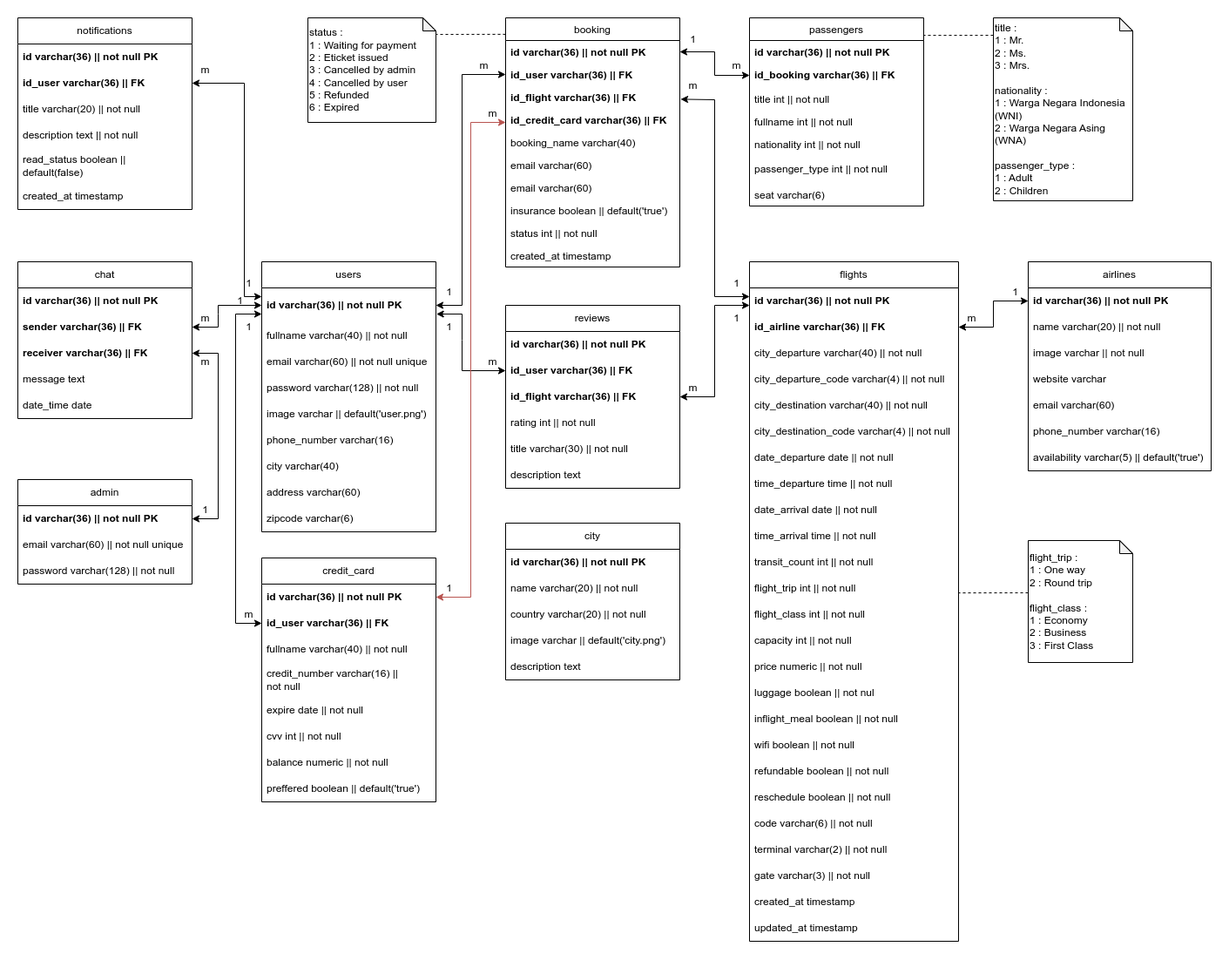
Earlier version of the draw.io export docs/ankasa-database-diagram.drawio.png (hosealeonardo18/ankasa-backend). Source tidied: cells renumbered, new cells last; positions are measured from the earlier drawing's top-left corner, leaving out a move shared by most shapes.
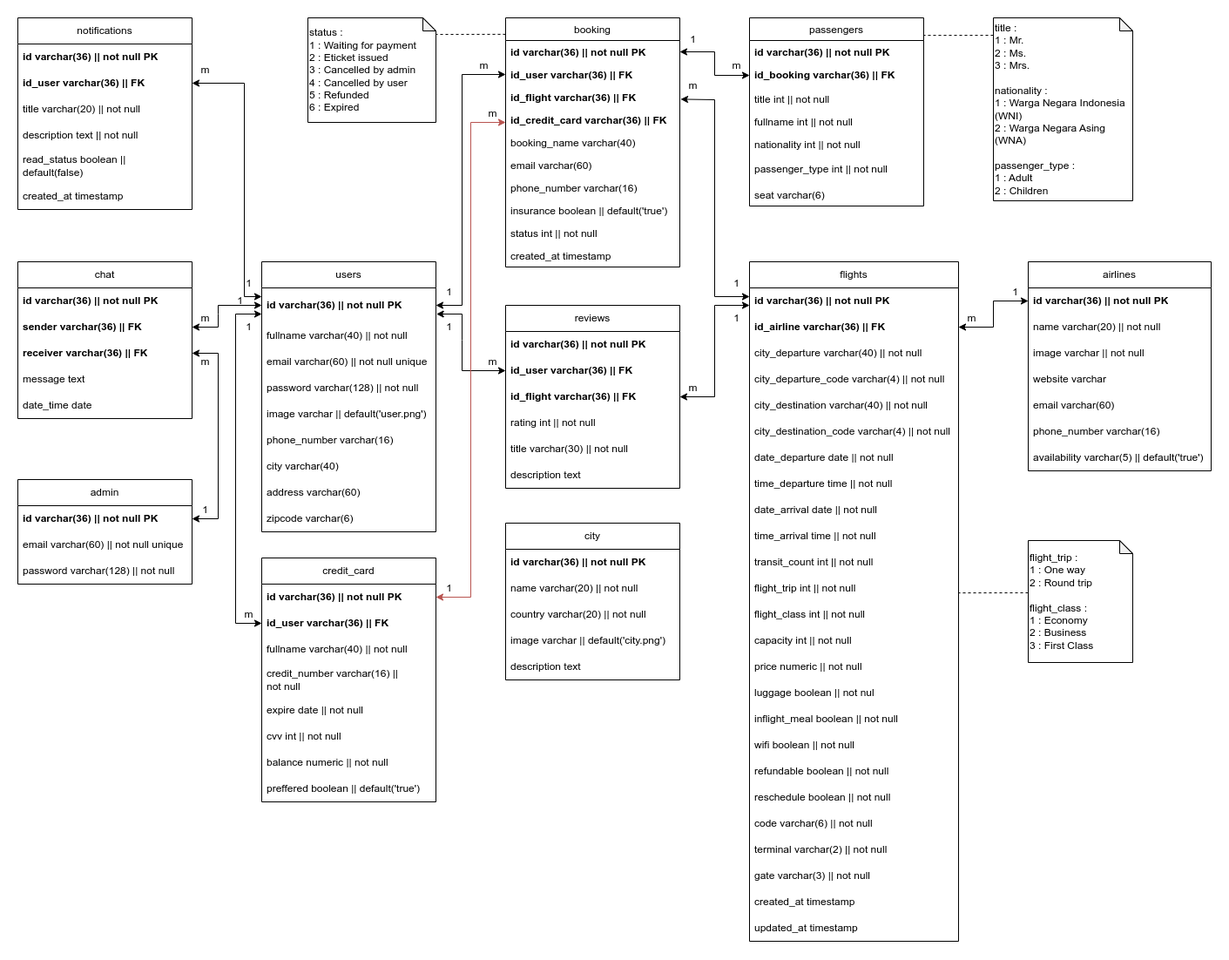
Later version of the same file.

What changed in the source:
```diff
@@ -23,7 +23,7 @@
     <mxCell id="8" value="email varchar(60)" style="text;strokeColor=none;fillColor=none;align=left;verticalAlign=top;spacingLeft=4;spacingRight=4;overflow=hidden;" parent="2" vertex="1">
       <mxGeometry y="156" width="200" height="26" as="geometry" />
     </mxCell>
-    <mxCell id="9" value="email varchar(60)" style="text;strokeColor=none;fillColor=none;align=left;verticalAlign=top;spacingLeft=4;spacingRight=4;overflow=hidden;" parent="2" vertex="1">
+    <mxCell id="9" value="phone_number varchar(16)" style="text;strokeColor=none;fillColor=none;align=left;verticalAlign=top;spacingLeft=4;spacingRight=4;overflow=hidden;" parent="2" vertex="1">
       <mxGeometry y="182" width="200" height="26" as="geometry" />
     </mxCell>
     <mxCell id="10" value="insurance boolean || default('true')" style="text;strokeColor=none;fillColor=none;align=left;verticalAlign=top;spacingLeft=4;spacingRight=4;overflow=hidden;" parent="2" vertex="1">
```
